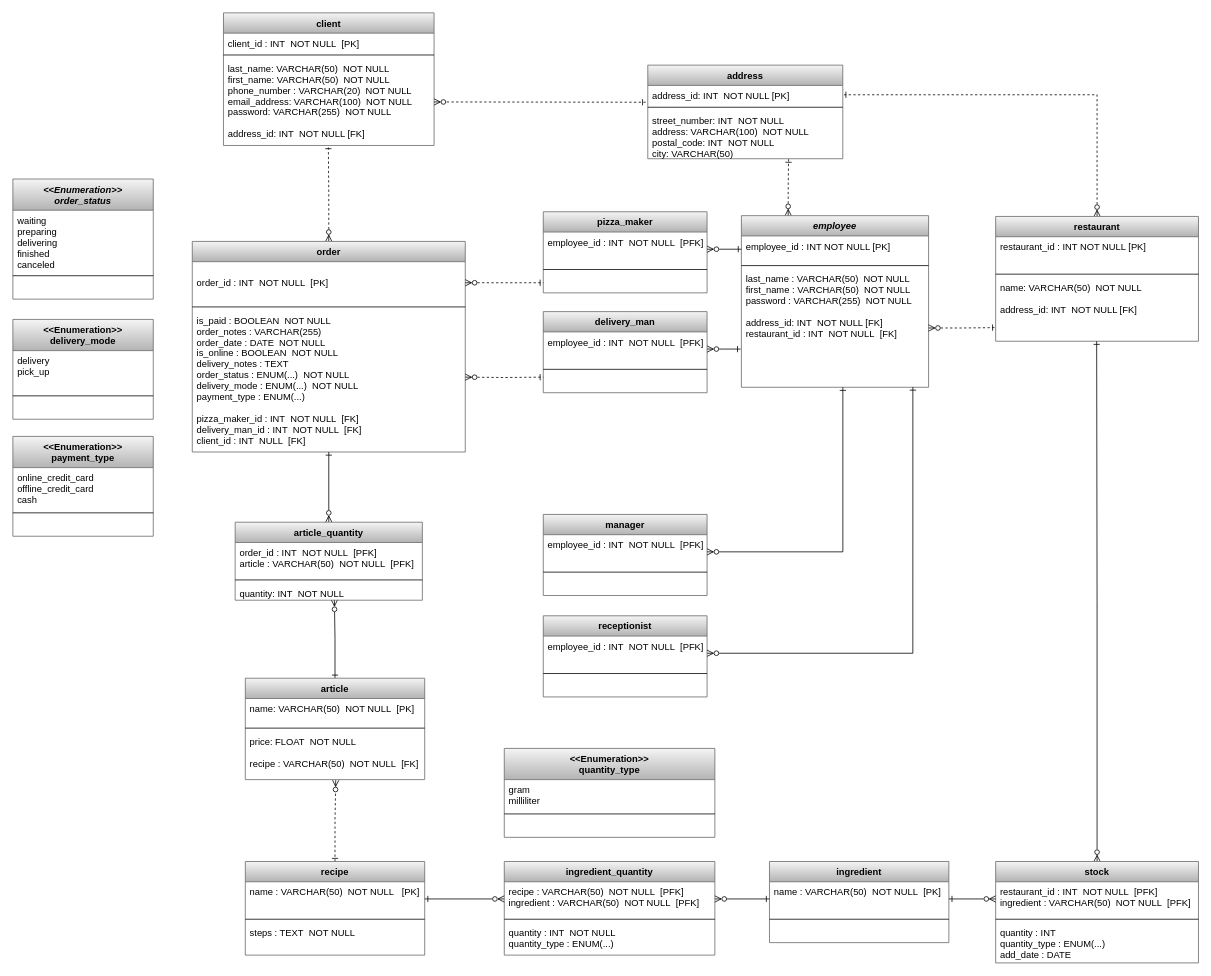
Earlier version of the draw.io diagram horn_mickael_2_mld_082022.drawio (MickaeliOS/oc_pizza_8). Source tidied: cells renumbered, new cells numbered last; positions are measured from the earlier drawing's top-left corner, leaving out a move shared by most shapes. Both pictures are drawn from the tidied source at 78%, with x=0, y=0 at pixel (12, 12).
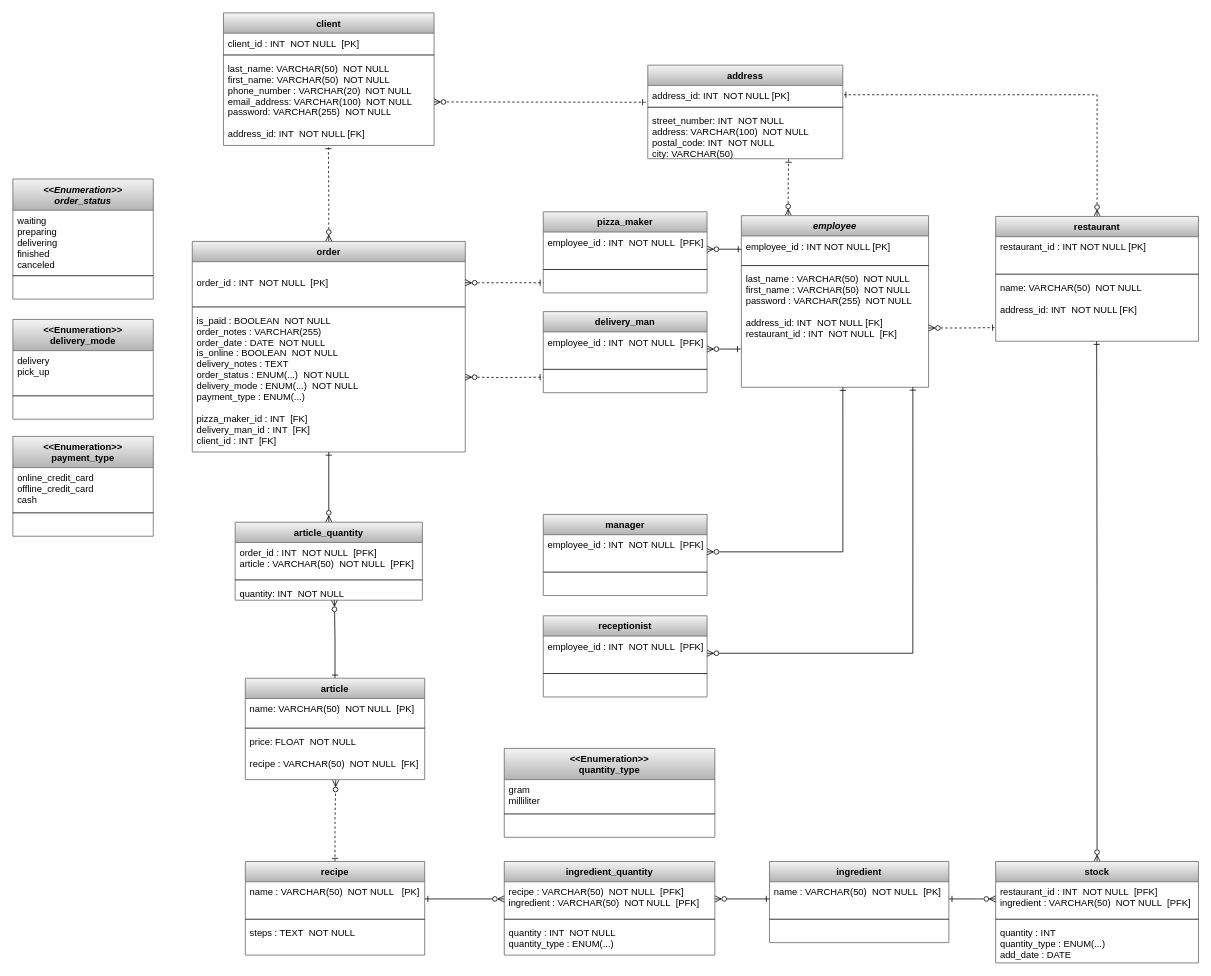
The same page after the edit.

The change refers to these unchanged cells:
```xml
<mxCell id="12" value="order" style="swimlane;fontStyle=1;align=center;verticalAlign=top;horizontal=1;startSize=26;fillColor=#f5f5f5;gradientColor=#b3b3b3;strokeColor=#666666;" parent="1" vertex="1">
  <mxGeometry x="230" y="293" width="350" height="270" as="geometry" />
</mxCell>
```

Diff of the diagram source:
```diff
@@
-    <mxCell id="15" value="is_paid : BOOLEAN  NOT NULL&#10;order_notes : VARCHAR(255)&#10;order_date : DATE  NOT NULL&#10;is_online : BOOLEAN  NOT NULL&#10;delivery_notes : TEXT&#10;order_status : ENUM(...)  NOT NULL&#10;delivery_mode : ENUM(...)  NOT NULL&#10;payment_type : ENUM(...)&#10;&#10;pizza_maker_id : INT  NOT NULL  [FK]&#10;delivery_man_id : INT  NOT NULL  [FK]&#10;client_id : INT  NULL  [FK]" style="text;strokeColor=none;fillColor=none;align=left;verticalAlign=top;spacingLeft=4;spacingRight=4;overflow=hidden;" parent="12" vertex="1">
+    <mxCell id="15" value="is_paid : BOOLEAN  NOT NULL&#10;order_notes : VARCHAR(255)&#10;order_date : DATE  NOT NULL&#10;is_online : BOOLEAN  NOT NULL&#10;delivery_notes : TEXT&#10;order_status : ENUM(...)  NOT NULL&#10;delivery_mode : ENUM(...)  NOT NULL&#10;payment_type : ENUM(...)&#10;&#10;pizza_maker_id : INT  [FK]&#10;delivery_man_id : INT  [FK]&#10;client_id : INT  [FK]" style="text;strokeColor=none;fillColor=none;align=left;verticalAlign=top;spacingLeft=4;spacingRight=4;overflow=hidden;" parent="12" vertex="1">
       <mxGeometry y="88" width="350" height="182" as="geometry" />
     </mxCell>
```
